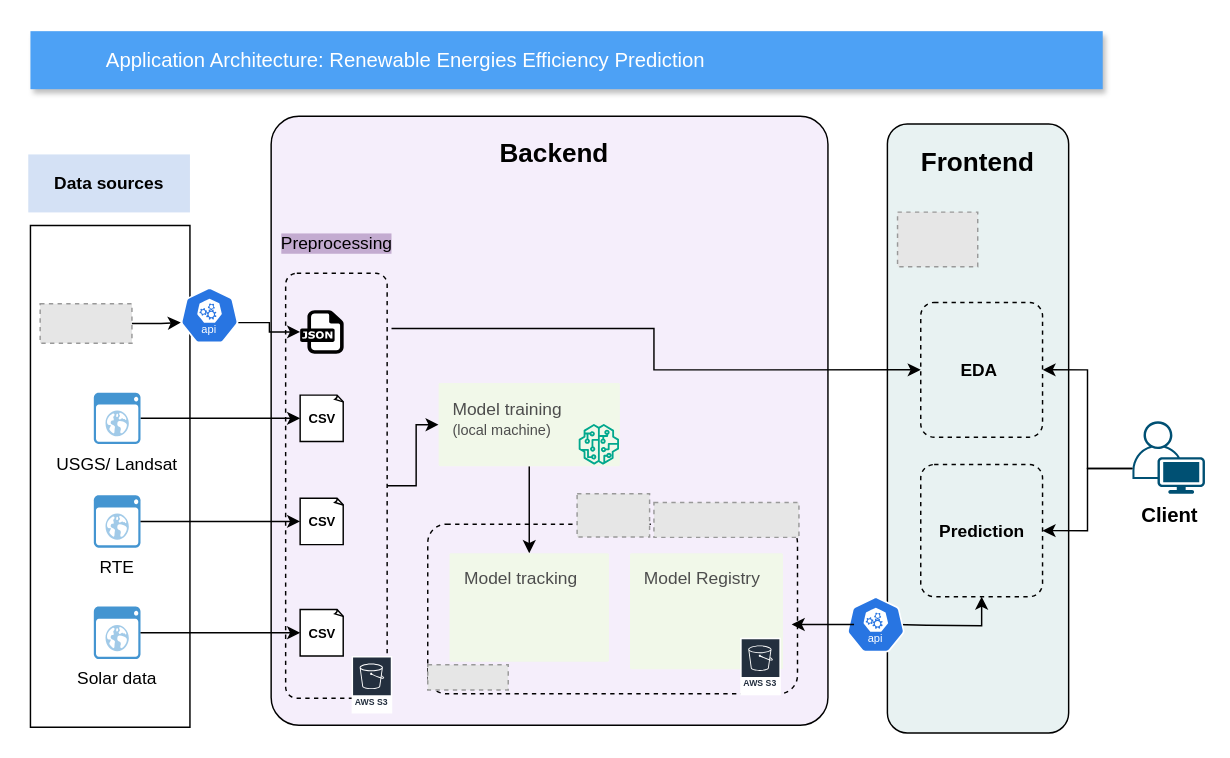
Sheikoh/REnergies_efficiency_prediction keeps this draw.io diagram as diagrams/architecture.drawio. Above is the earlier version. Source tidied: cells renumbered, new cells numbered last; positions are measured from the earlier drawing's top-left corner, leaving out a move shared by most shapes. Both pictures are drawn from the tidied source at 145%, with x=0, y=0 at pixel (28, 30). Pictures stored in the file or linked from it are replaced by grey dashed boxes.
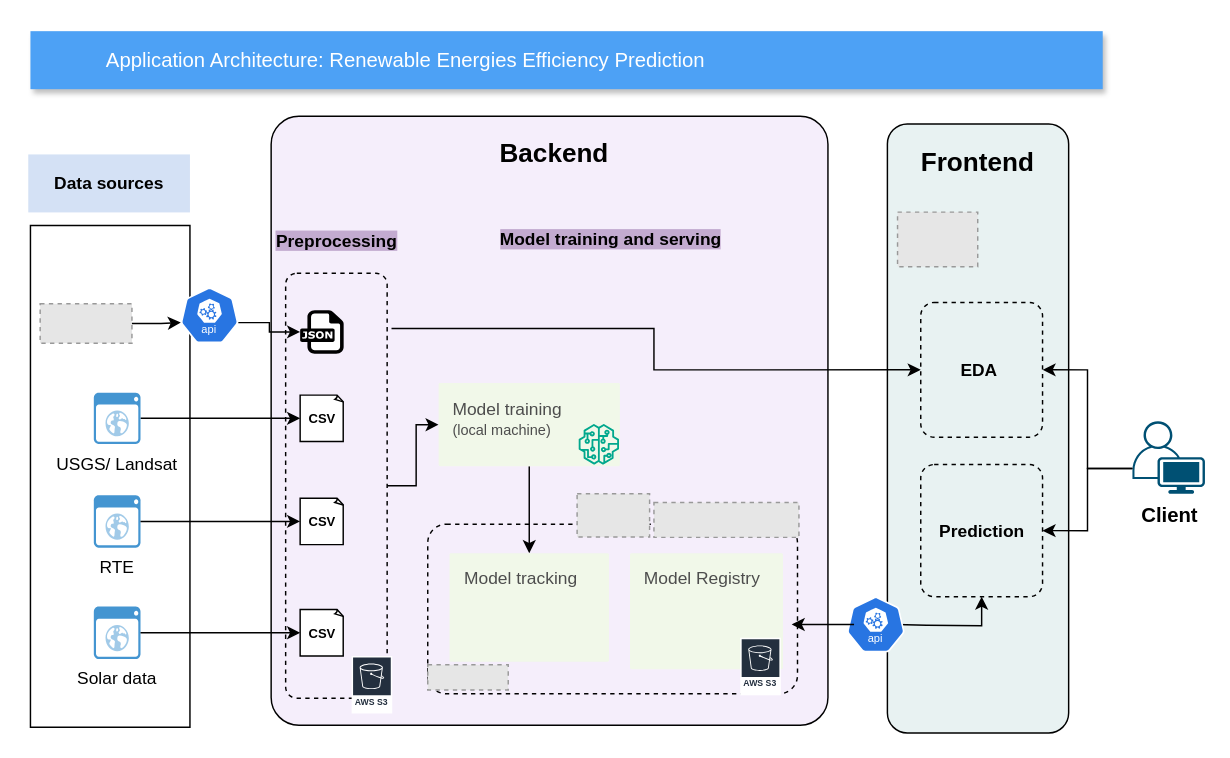
The same diagram, later.

Commit message:
test automation export .svg from .drawio

Diff of the diagram source:
```diff
@@
-    <mxCell id="11" value="&lt;span style=&quot;background-color: rgb(195, 171, 208);&quot;&gt;Preprocessing&lt;/span&gt;" style="text;html=1;whiteSpace=wrap;strokeColor=none;fillColor=none;align=center;verticalAlign=middle;rounded=0;" parent="1" vertex="1">
-      <mxGeometry x="182.5" y="132.4" width="60" height="30" as="geometry" />
+    <mxCell id="11" value="&lt;span style=&quot;background-color: rgb(195, 171, 208);&quot;&gt;&lt;b&gt;Preprocessing&lt;/b&gt;&lt;/span&gt;" style="text;html=1;whiteSpace=wrap;strokeColor=none;fillColor=none;align=center;verticalAlign=middle;rounded=0;" parent="1" vertex="1">
+      <mxGeometry x="182.5" y="132.4" width="60" height="26" as="geometry" />
     </mxCell>
@@
+    <mxCell id="49" value="&lt;span style=&quot;background-color: rgb(195, 171, 208);&quot;&gt;&lt;b&gt;Model training and serving&lt;/b&gt;&lt;/span&gt;" style="text;html=1;whiteSpace=wrap;strokeColor=none;fillColor=none;align=center;verticalAlign=middle;rounded=0;" parent="1" vertex="1">
+      <mxGeometry x="319.5" y="130.6" width="163.5" height="26" as="geometry" />
+    </mxCell>
```
